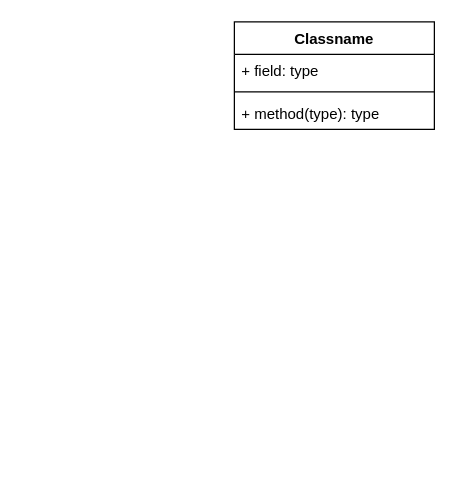
The draw.io diagram login-feature.drawio in HoangDinhSon/my-profile, before the edit. Source tidied: cells renumbered, new cells numbered last; positions are measured from the earlier drawing's top-left corner, leaving out a move shared by most shapes. Both pictures are drawn from the tidied source at 125%, with x=0, y=0 at pixel (234, 21).
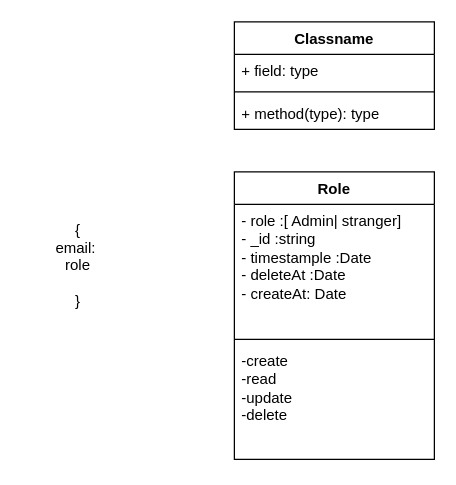
Above is the later version.

Diff of the diagram source:
```diff
@@
 <mxGraphModel>
   <root>
     <mxCell id="0" />
     <mxCell id="1" parent="0" />
     <mxCell id="2" value="Classname" style="swimlane;fontStyle=1;align=center;verticalAlign=top;horizontal=1;startSize=26;whiteSpace=wrap;html=1;" parent="1" vertex="1">
       <mxGeometry width="160" height="86" as="geometry" />
     </mxCell>
     <mxCell id="3" value="+ field: type" style="text;strokeColor=none;fillColor=none;align=left;verticalAlign=top;spacingLeft=4;spacingRight=4;overflow=hidden;whiteSpace=wrap;html=1;" parent="2" vertex="1">
       <mxGeometry y="26" width="160" height="26" as="geometry" />
     </mxCell>
     <mxCell id="4" style="line;strokeWidth=1;fillColor=none;align=left;verticalAlign=middle;spacingTop=-1;spacingLeft=3;spacingRight=3;labelPosition=right;strokeColor=inherit;" parent="2" vertex="1">
       <mxGeometry y="52" width="160" height="8" as="geometry" />
     </mxCell>
     <mxCell id="5" value="+ method(type): type" style="text;strokeColor=none;fillColor=none;align=left;verticalAlign=top;spacingLeft=4;spacingRight=4;overflow=hidden;whiteSpace=wrap;html=1;" parent="2" vertex="1">
       <mxGeometry y="60" width="160" height="26" as="geometry" />
     </mxCell>
+    <mxCell id="6" value="Role" style="swimlane;fontStyle=1;align=center;verticalAlign=top;horizontal=1;startSize=26;whiteSpace=wrap;html=1;" parent="1" vertex="1">
+      <mxGeometry y="120" width="160" height="230" as="geometry" />
+    </mxCell>
+    <mxCell id="7" value="- role :[ Admin| stranger]&lt;br&gt;- _id :string&lt;br&gt;- timestample :Date&lt;br&gt;- deleteAt :Date&lt;br&gt;- createAt: Date" style="text;strokeColor=none;fillColor=none;align=left;verticalAlign=top;spacingLeft=4;spacingRight=4;overflow=hidden;whiteSpace=wrap;html=1;" parent="6" vertex="1">
+      <mxGeometry y="26" width="160" height="104" as="geometry" />
+    </mxCell>
+    <mxCell id="8" style="line;strokeWidth=1;fillColor=none;align=left;verticalAlign=middle;spacingTop=-1;spacingLeft=3;spacingRight=3;labelPosition=right;strokeColor=inherit;" parent="6" vertex="1">
+      <mxGeometry y="130" width="160" height="8" as="geometry" />
+    </mxCell>
+    <mxCell id="9" value="-create&lt;br&gt;-read&lt;br&gt;-update&lt;br&gt;-delete" style="text;strokeColor=none;fillColor=none;align=left;verticalAlign=top;spacingLeft=4;spacingRight=4;overflow=hidden;whiteSpace=wrap;html=1;" parent="6" vertex="1">
+      <mxGeometry y="138" width="160" height="92" as="geometry" />
+    </mxCell>
+    <mxCell id="10" value="{&lt;br&gt;email:&amp;nbsp;&lt;br&gt;role&lt;br&gt;&lt;br&gt;}" style="text;html=1;strokeColor=none;fillColor=none;align=center;verticalAlign=middle;whiteSpace=wrap;rounded=0;" parent="1" vertex="1">
+      <mxGeometry x="-170" y="170" width="90" height="50" as="geometry" />
+    </mxCell>
   </root>
 </mxGraphModel>
```
